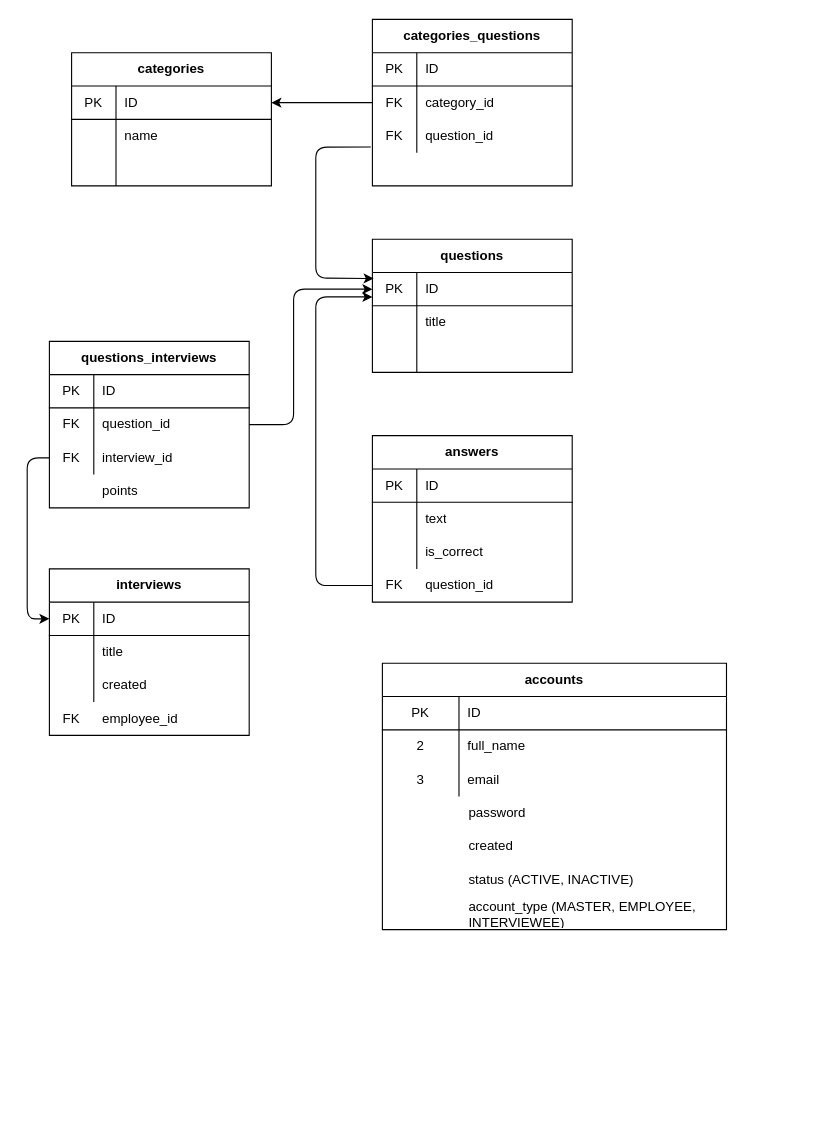
Earlier version of the draw.io diagram Untitled Diagram.drawio (marina-bozic/s3-terraform). Source tidied: cells renumbered, new cells numbered last; positions are measured from the earlier drawing's top-left corner, leaving out a move shared by most shapes. Both pictures are drawn from the tidied source at 111%, with x=0, y=0 at pixel (27, 19).
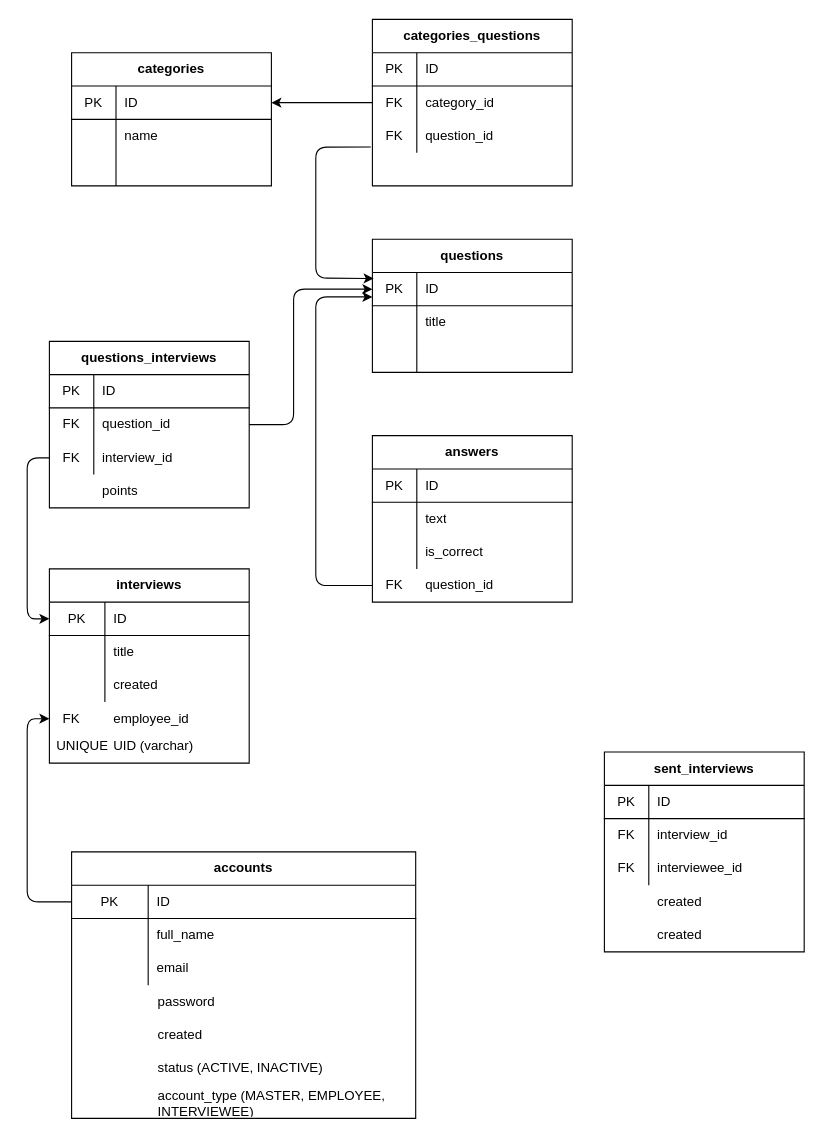
Above is the later version.

The change refers to these unchanged cells:
```xml
<mxCell id="59" style="shape=partialRectangle;html=1;whiteSpace=wrap;fillColor=none;top=0;left=0;bottom=1;right=0;points=[[0,0.5],[1,0.5]];portConstraint=eastwest;" parent="58" vertex="1">
  <mxGeometry y="30" width="180" height="30" as="geometry" />
</mxCell>
<mxCell id="62" style="shape=partialRectangle;html=1;whiteSpace=wrap;fillColor=none;top=0;left=0;bottom=0;right=0;" parent="58" vertex="1">
  <mxGeometry y="60" width="180" height="30" as="geometry" />
</mxCell>
<mxCell id="65" style="shape=partialRectangle;html=1;whiteSpace=wrap;fillColor=none;top=0;left=0;bottom=0;right=0;" parent="58" vertex="1">
  <mxGeometry y="90" width="180" height="30" as="geometry" />
</mxCell>
<mxCell id="73" style="shape=partialRectangle;html=1;whiteSpace=wrap;fillColor=none;top=0;left=0;bottom=1;right=0;points=[[0,0.5],[1,0.5]];portConstraint=eastwest;" parent="72" vertex="1">
  <mxGeometry y="30" width="310" height="30" as="geometry" />
</mxCell>
<mxCell id="76" style="shape=partialRectangle;html=1;whiteSpace=wrap;fillColor=none;top=0;left=0;bottom=0;right=0;" parent="72" vertex="1">
  <mxGeometry y="60" width="310" height="30" as="geometry" />
</mxCell>
<mxCell id="79" style="shape=partialRectangle;html=1;whiteSpace=wrap;fillColor=none;top=0;left=0;bottom=0;right=0;" parent="72" vertex="1">
  <mxGeometry y="90" width="310" height="30" as="geometry" />
</mxCell>
```

The edit, as a diff of the source:
```diff
@@
     <mxCell id="58" value="interviews" style="shape=table;html=1;whiteSpace=wrap;startSize=30;childLayout=tableLayout;rowLines=0;fontStyle=1;align=center;" parent="1" vertex="1">
-      <mxGeometry x="20" y="495" width="180" height="150" as="geometry" />
+      <mxGeometry x="20" y="495" width="180" height="175" as="geometry" />
     </mxCell>
@@
     <mxCell id="60" value="PK" style="shape=partialRectangle;html=1;whiteSpace=wrap;fillColor=none;top=0;left=0;bottom=0;right=0;overflow=hidden;" parent="59" vertex="1">
-      <mxGeometry width="40" height="30" as="geometry" />
+      <mxGeometry width="50" height="30" as="geometry" />
     </mxCell>
     <mxCell id="61" value="ID" style="shape=partialRectangle;html=1;whiteSpace=wrap;fillColor=none;top=0;left=0;bottom=0;right=0;align=left;spacingLeft=6;overflow=hidden;" parent="59" vertex="1">
-      <mxGeometry x="40" width="140" height="30" as="geometry" />
+      <mxGeometry x="50" width="130" height="30" as="geometry" />
     </mxCell>
@@
     <mxCell id="63" style="shape=partialRectangle;html=1;whiteSpace=wrap;fillColor=none;top=0;left=0;bottom=0;right=0;overflow=hidden;" parent="62" vertex="1">
-      <mxGeometry width="40" height="30" as="geometry" />
+      <mxGeometry width="50" height="30" as="geometry" />
     </mxCell>
     <mxCell id="64" value="title" style="shape=partialRectangle;html=1;whiteSpace=wrap;fillColor=none;top=0;left=0;bottom=0;right=0;align=left;spacingLeft=6;overflow=hidden;" parent="62" vertex="1">
-      <mxGeometry x="40" width="140" height="30" as="geometry" />
+      <mxGeometry x="50" width="130" height="30" as="geometry" />
     </mxCell>
@@
     <mxCell id="66" style="shape=partialRectangle;html=1;whiteSpace=wrap;fillColor=none;top=0;left=0;bottom=0;right=0;overflow=hidden;" parent="65" vertex="1">
-      <mxGeometry width="40" height="30" as="geometry" />
+      <mxGeometry width="50" height="30" as="geometry" />
     </mxCell>
     <mxCell id="67" value="created" style="shape=partialRectangle;html=1;whiteSpace=wrap;fillColor=none;top=0;left=0;bottom=0;right=0;align=left;spacingLeft=6;overflow=hidden;" parent="65" vertex="1">
-      <mxGeometry x="40" width="140" height="30" as="geometry" />
+      <mxGeometry x="50" width="130" height="30" as="geometry" />
     </mxCell>
     <mxCell id="68" value="employee_id" style="shape=partialRectangle;html=1;whiteSpace=wrap;fillColor=none;top=0;left=0;bottom=0;right=0;align=left;spacingLeft=6;overflow=hidden;" parent="1" vertex="1">
-      <mxGeometry x="60" y="615" width="140" height="30" as="geometry" />
+      <mxGeometry x="70" y="615" width="140" height="30" as="geometry" />
     </mxCell>
@@
     <mxCell id="72" value="accounts" style="shape=table;html=1;whiteSpace=wrap;startSize=30;childLayout=tableLayout;rowLines=0;fontStyle=1;align=center;" parent="1" vertex="1">
-      <mxGeometry x="320" y="580" width="310" height="240" as="geometry" />
+      <mxGeometry x="40" y="750" width="310" height="240" as="geometry" />
     </mxCell>
@@
-    <mxCell id="77" value="2" style="shape=partialRectangle;html=1;whiteSpace=wrap;fillColor=none;top=0;left=0;bottom=0;right=0;overflow=hidden;" parent="76" vertex="1">
+    <mxCell id="77" style="shape=partialRectangle;html=1;whiteSpace=wrap;fillColor=none;top=0;left=0;bottom=0;right=0;overflow=hidden;" parent="76" vertex="1">
       <mxGeometry width="69" height="30" as="geometry" />
     </mxCell>
@@
-    <mxCell id="80" value="3" style="shape=partialRectangle;html=1;whiteSpace=wrap;fillColor=none;top=0;left=0;bottom=0;right=0;overflow=hidden;" parent="79" vertex="1">
+    <mxCell id="80" style="shape=partialRectangle;html=1;whiteSpace=wrap;fillColor=none;top=0;left=0;bottom=0;right=0;overflow=hidden;" parent="79" vertex="1">
       <mxGeometry width="69" height="30" as="geometry" />
     </mxCell>
@@
     <mxCell id="82" value="password" style="shape=partialRectangle;html=1;whiteSpace=wrap;fillColor=none;top=0;left=0;bottom=0;right=0;align=left;spacingLeft=6;overflow=hidden;" parent="1" vertex="1">
-      <mxGeometry x="390" y="700" width="140" height="30" as="geometry" />
+      <mxGeometry x="110" y="870" width="140" height="30" as="geometry" />
     </mxCell>
     <mxCell id="83" value="created" style="shape=partialRectangle;html=1;whiteSpace=wrap;fillColor=none;top=0;left=0;bottom=0;right=0;align=left;spacingLeft=6;overflow=hidden;" parent="1" vertex="1">
-      <mxGeometry x="390" y="730" width="140" height="30" as="geometry" />
+      <mxGeometry x="110" y="900" width="140" height="30" as="geometry" />
     </mxCell>
     <mxCell id="84" value="status (ACTIVE, INACTIVE)" style="shape=partialRectangle;html=1;whiteSpace=wrap;fillColor=none;top=0;left=0;bottom=0;right=0;align=left;spacingLeft=6;overflow=hidden;" parent="1" vertex="1">
-      <mxGeometry x="390" y="760" width="190" height="30" as="geometry" />
+      <mxGeometry x="110" y="930" width="190" height="30" as="geometry" />
     </mxCell>
     <mxCell id="85" value="account_type (MASTER, EMPLOYEE, INTERVIEWEE)" style="shape=partialRectangle;html=1;whiteSpace=wrap;fillColor=none;top=0;left=0;bottom=0;right=0;align=left;spacingLeft=6;overflow=hidden;" parent="1" vertex="1">
-      <mxGeometry x="390" y="790" width="230" height="30" as="geometry" />
+      <mxGeometry x="110" y="960" width="230" height="30" as="geometry" />
     </mxCell>
+    <mxCell id="86" style="endArrow=classic;html=1;exitX=0;exitY=0.5;exitDx=0;exitDy=0;" parent="1" edge="1" source="73">
+      <mxGeometry relative="1" as="geometry">
+        <mxPoint x="20" y="630" as="targetPoint" />
+        <Array as="points">
+          <mxPoint y="795" />
+          <mxPoint y="660" />
+          <mxPoint y="630" />
+        </Array>
+      </mxGeometry>
+    </mxCell>
+    <mxCell id="87" value="sent_interviews" style="shape=table;html=1;whiteSpace=wrap;startSize=30;childLayout=tableLayout;rowLines=0;fontStyle=1;align=center;" parent="1" vertex="1">
+      <mxGeometry x="520" y="660" width="180" height="180" as="geometry" />
+    </mxCell>
+    <mxCell id="88" style="shape=partialRectangle;html=1;whiteSpace=wrap;fillColor=none;top=0;left=0;bottom=1;right=0;" parent="87" vertex="1">
+      <mxGeometry y="30" width="180" height="30" as="geometry" />
+    </mxCell>
+    <mxCell id="89" value="PK" style="shape=partialRectangle;html=1;whiteSpace=wrap;fillColor=none;top=0;left=0;bottom=0;right=0;overflow=hidden;" parent="88" vertex="1">
+      <mxGeometry width="40" height="30" as="geometry" />
+    </mxCell>
+    <mxCell id="90" value="ID" style="shape=partialRectangle;html=1;whiteSpace=wrap;fillColor=none;top=0;left=0;bottom=0;right=0;align=left;spacingLeft=6;overflow=hidden;" parent="88" vertex="1">
+      <mxGeometry x="40" width="140" height="30" as="geometry" />
+    </mxCell>
+    <mxCell id="91" style="shape=partialRectangle;html=1;whiteSpace=wrap;fillColor=none;top=0;left=0;bottom=0;right=0;" parent="87" vertex="1">
+      <mxGeometry y="60" width="180" height="30" as="geometry" />
+    </mxCell>
+    <mxCell id="92" value="FK" style="shape=partialRectangle;html=1;whiteSpace=wrap;fillColor=none;top=0;left=0;bottom=0;right=0;overflow=hidden;" parent="91" vertex="1">
+      <mxGeometry width="40" height="30" as="geometry" />
+    </mxCell>
+    <mxCell id="93" value="interview_id" style="shape=partialRectangle;html=1;whiteSpace=wrap;fillColor=none;top=0;left=0;bottom=0;right=0;align=left;spacingLeft=6;overflow=hidden;" parent="91" vertex="1">
+      <mxGeometry x="40" width="140" height="30" as="geometry" />
+    </mxCell>
+    <mxCell id="94" style="shape=partialRectangle;html=1;whiteSpace=wrap;fillColor=none;top=0;left=0;bottom=0;right=0;" parent="87" vertex="1">
+      <mxGeometry y="90" width="180" height="30" as="geometry" />
+    </mxCell>
+    <mxCell id="95" value="FK" style="shape=partialRectangle;html=1;whiteSpace=wrap;fillColor=none;top=0;left=0;bottom=0;right=0;overflow=hidden;" parent="94" vertex="1">
+      <mxGeometry width="40" height="30" as="geometry" />
+    </mxCell>
+    <mxCell id="96" value="interviewee_id" style="shape=partialRectangle;html=1;whiteSpace=wrap;fillColor=none;top=0;left=0;bottom=0;right=0;align=left;spacingLeft=6;overflow=hidden;" parent="94" vertex="1">
+      <mxGeometry x="40" width="140" height="30" as="geometry" />
+    </mxCell>
+    <mxCell id="97" value="UNIQUE" style="shape=partialRectangle;html=1;whiteSpace=wrap;fillColor=none;top=0;left=0;bottom=0;right=0;overflow=hidden;" parent="1" vertex="1">
+      <mxGeometry x="20" y="640" width="60" height="30" as="geometry" />
+    </mxCell>
+    <mxCell id="98" value="UID (varchar)" style="shape=partialRectangle;html=1;whiteSpace=wrap;fillColor=none;top=0;left=0;bottom=0;right=0;align=left;spacingLeft=6;overflow=hidden;" parent="1" vertex="1">
+      <mxGeometry x="70" y="640" width="140" height="30" as="geometry" />
+    </mxCell>
+    <mxCell id="99" value="created" style="shape=partialRectangle;html=1;whiteSpace=wrap;fillColor=none;top=0;left=0;bottom=0;right=0;align=left;spacingLeft=6;overflow=hidden;" parent="1" vertex="1">
+      <mxGeometry x="560" y="780" width="140" height="30" as="geometry" />
+    </mxCell>
+    <mxCell id="100" value="created" style="shape=partialRectangle;html=1;whiteSpace=wrap;fillColor=none;top=0;left=0;bottom=0;right=0;align=left;spacingLeft=6;overflow=hidden;" parent="1" vertex="1">
+      <mxGeometry x="560" y="810" width="140" height="30" as="geometry" />
+    </mxCell>
```
